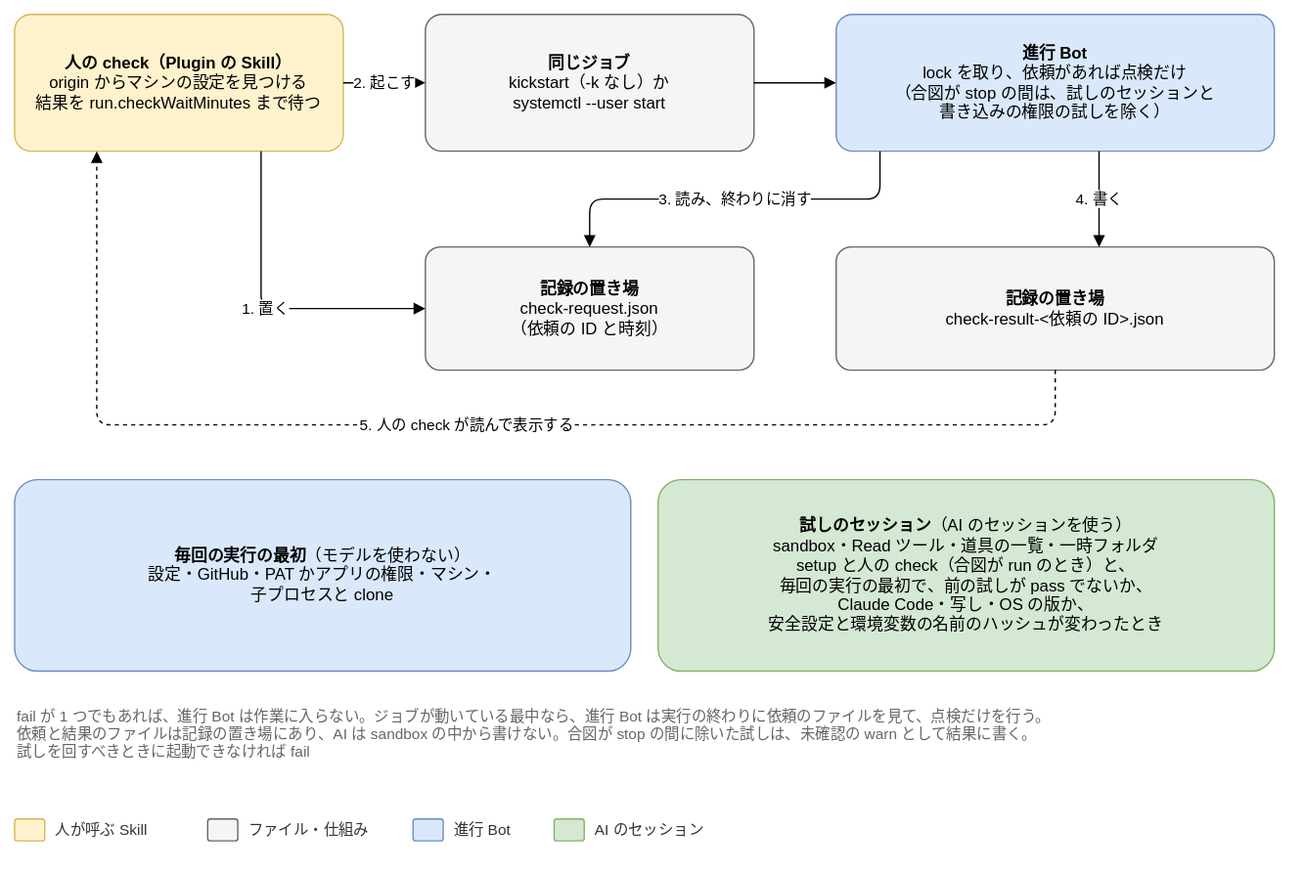
Joymerrevent/dev-autopilot keeps this draw.io diagram as docs/design/basic/diagrams/04-check.drawio.svg. Above is the earlier version. Source tidied: cells renumbered, new cells last; positions are measured from the earlier drawing's top-left corner, leaving out a move shared by most shapes.
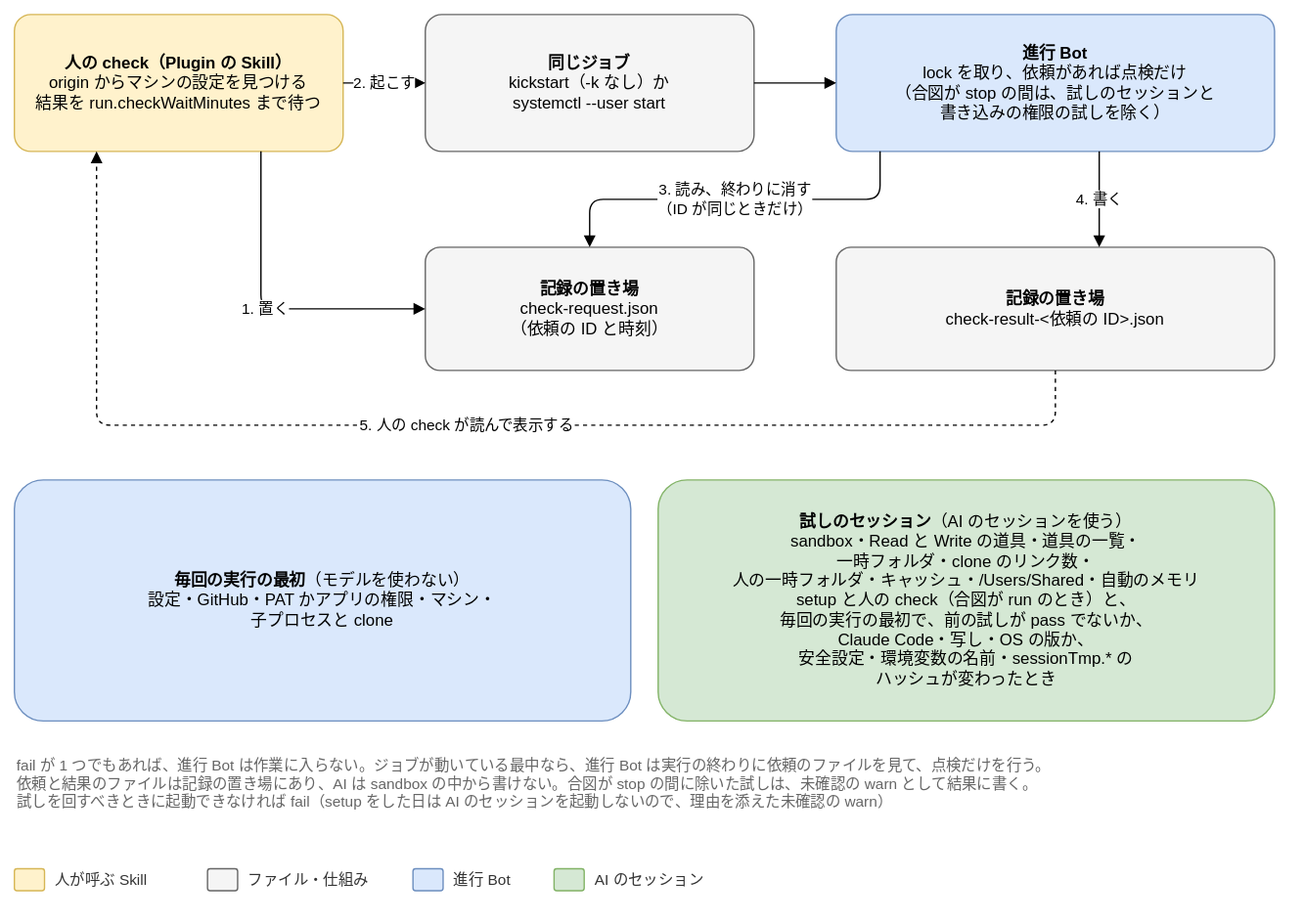
After the change.

What changed in the source:
```diff
@@ -3,19 +3,19 @@
     <mxCell id="0" />
     <mxCell id="1" parent="0" />
     <mxCell id="2" value="&lt;b&gt;人の check（Plugin の Skill）&lt;/b&gt;&lt;br&gt;origin からマシンの設定を見つける&lt;br&gt;結果を run.checkWaitMinutes まで待つ" style="rounded=1;whiteSpace=wrap;html=1;fontSize=12;arcSize=12;spacing=12;fillColor=#fff2cc;strokeColor=#d6b656;" parent="1" vertex="1">
-      <mxGeometry width="240" height="100" as="geometry" />
+      <mxGeometry y="-36" width="240" height="100" as="geometry" />
     </mxCell>
     <mxCell id="3" value="&lt;b&gt;同じジョブ&lt;/b&gt;&lt;br&gt;kickstart（-k なし）か&lt;br&gt;systemctl --user start" style="rounded=1;whiteSpace=wrap;html=1;fontSize=12;arcSize=12;spacing=12;fillColor=#f5f5f5;strokeColor=#666666;" parent="1" vertex="1">
-      <mxGeometry x="300" width="240" height="100" as="geometry" />
+      <mxGeometry x="300" y="-36" width="240" height="100" as="geometry" />
     </mxCell>
     <mxCell id="4" value="&lt;b&gt;進行 Bot&lt;/b&gt;&lt;br&gt;lock を取り、依頼があれば点検だけ&lt;br&gt;（合図が stop の間は、試しのセッションと&lt;br&gt;書き込みの権限の試しを除く）" style="rounded=1;whiteSpace=wrap;html=1;fontSize=12;arcSize=12;spacing=12;fillColor=#dae8fc;strokeColor=#6c8ebf;" parent="1" vertex="1">
-      <mxGeometry x="600" width="320" height="100" as="geometry" />
+      <mxGeometry x="600" y="-36" width="320" height="100" as="geometry" />
     </mxCell>
     <mxCell id="5" value="&lt;b&gt;記録の置き場&lt;/b&gt;&lt;br&gt;check-request.json&lt;br&gt;（依頼の ID と時刻）" style="rounded=1;whiteSpace=wrap;html=1;fontSize=12;arcSize=12;spacing=12;fillColor=#f5f5f5;strokeColor=#666666;" parent="1" vertex="1">
-      <mxGeometry x="300" y="170" width="240" height="90" as="geometry" />
+      <mxGeometry x="300" y="134" width="240" height="90" as="geometry" />
     </mxCell>
     <mxCell id="6" value="&lt;b&gt;記録の置き場&lt;/b&gt;&lt;br&gt;check-result-&amp;lt;依頼の ID&amp;gt;.json" style="rounded=1;whiteSpace=wrap;html=1;fontSize=12;arcSize=12;spacing=12;fillColor=#f5f5f5;strokeColor=#666666;" parent="1" vertex="1">
-      <mxGeometry x="600" y="170" width="320" height="90" as="geometry" />
+      <mxGeometry x="600" y="134" width="320" height="90" as="geometry" />
     </mxCell>
     <mxCell id="7" value="1. 置く" style="edgeStyle=orthogonalEdgeStyle;rounded=1;html=1;endArrow=block;endFill=1;fontSize=11;labelBackgroundColor=#ffffff;exitX=0.75;exitY=1;exitDx=0;exitDy=0;entryX=0;entryY=0.5;entryDx=0;entryDy=0;" parent="1" edge="1" source="2" target="5">
       <mxGeometry relative="1" as="geometry" />
@@ -26,11 +26,11 @@
     <mxCell id="9" style="edgeStyle=orthogonalEdgeStyle;rounded=1;html=1;endArrow=block;endFill=1;fontSize=11;labelBackgroundColor=#ffffff;exitX=1;exitY=0.5;exitDx=0;exitDy=0;entryX=0;entryY=0.5;entryDx=0;entryDy=0;" parent="1" edge="1" source="3" target="4">
       <mxGeometry relative="1" as="geometry" />
     </mxCell>
-    <mxCell id="10" value="3. 読み、終わりに消す" style="edgeStyle=orthogonalEdgeStyle;rounded=1;html=1;endArrow=block;endFill=1;fontSize=11;labelBackgroundColor=#ffffff;exitX=0.1;exitY=1;exitDx=0;exitDy=0;entryX=0.5;entryY=0;entryDx=0;entryDy=0;" parent="1" edge="1" source="4" target="5">
+    <mxCell id="10" value="3. 読み、終わりに消す&lt;br&gt;（ID が同じときだけ）" style="edgeStyle=orthogonalEdgeStyle;rounded=1;html=1;endArrow=block;endFill=1;fontSize=11;labelBackgroundColor=#ffffff;exitX=0.1;exitY=1;exitDx=0;exitDy=0;entryX=0.5;entryY=0;entryDx=0;entryDy=0;" parent="1" edge="1" source="4" target="5">
       <mxGeometry relative="1" as="geometry">
         <Array as="points">
-          <mxPoint x="632" y="135" />
-          <mxPoint x="420" y="135" />
+          <mxPoint x="632" y="99" />
+          <mxPoint x="420" y="99" />
         </Array>
       </mxGeometry>
     </mxCell>
@@ -40,18 +40,18 @@
     <mxCell id="12" value="5. 人の check が読んで表示する" style="edgeStyle=orthogonalEdgeStyle;rounded=1;html=1;endArrow=block;endFill=1;fontSize=11;labelBackgroundColor=#ffffff;dashed=1;exitX=0.5;exitY=1;exitDx=0;exitDy=0;entryX=0.25;entryY=1;entryDx=0;entryDy=0;" parent="1" edge="1" source="6" target="2">
       <mxGeometry relative="1" as="geometry">
         <Array as="points">
-          <mxPoint x="760" y="300" />
-          <mxPoint x="60" y="300" />
+          <mxPoint x="760" y="264" />
+          <mxPoint x="60" y="264" />
         </Array>
       </mxGeometry>
     </mxCell>
     <mxCell id="13" value="&lt;b&gt;毎回の実行の最初&lt;/b&gt;（モデルを使わない）&lt;br&gt;設定・GitHub・PAT かアプリの権限・マシン・&lt;br&gt;子プロセスと clone" style="rounded=1;whiteSpace=wrap;html=1;fontSize=12;arcSize=12;spacing=12;fillColor=#dae8fc;strokeColor=#6c8ebf;" parent="1" vertex="1">
-      <mxGeometry y="340" width="450" height="140" as="geometry" />
+      <mxGeometry y="304" width="450" height="176" as="geometry" />
     </mxCell>
-    <mxCell id="14" value="&lt;b&gt;試しのセッション&lt;/b&gt;（AI のセッションを使う）&lt;br&gt;sandbox・Read ツール・道具の一覧・一時フォルダ&lt;br&gt;setup と人の check（合図が run のとき）と、&lt;br&gt;毎回の実行の最初で、前の試しが pass でないか、&lt;br&gt;Claude Code・写し・OS の版か、&lt;br&gt;安全設定と環境変数の名前のハッシュが変わったとき" style="rounded=1;whiteSpace=wrap;html=1;fontSize=12;arcSize=12;spacing=12;fillColor=#d5e8d4;strokeColor=#82b366;" parent="1" vertex="1">
-      <mxGeometry x="470" y="340" width="450" height="140" as="geometry" />
+    <mxCell id="14" value="&lt;b&gt;試しのセッション&lt;/b&gt;（AI のセッションを使う）&lt;br&gt;sandbox・Read と Write の道具・道具の一覧・&lt;br&gt;一時フォルダ・clone のリンク数・&lt;br&gt;人の一時フォルダ・キャッシュ・/Users/Shared・自動のメモリ&lt;br&gt;setup と人の check（合図が run のとき）と、&lt;br&gt;毎回の実行の最初で、前の試しが pass でないか、&lt;br&gt;Claude Code・写し・OS の版か、&lt;br&gt;安全設定・環境変数の名前・sessionTmp.* の&lt;br&gt;ハッシュが変わったとき" style="rounded=1;whiteSpace=wrap;html=1;fontSize=12;arcSize=12;spacing=12;fillColor=#d5e8d4;strokeColor=#82b366;" parent="1" vertex="1">
+      <mxGeometry x="470" y="304" width="450" height="176" as="geometry" />
     </mxCell>
-    <mxCell id="15" value="fail が 1 つでもあれば、進行 Bot は作業に入らない。ジョブが動いている最中なら、進行 Bot は実行の終わりに依頼のファイルを見て、点検だけを行う。&lt;br&gt;依頼と結果のファイルは記録の置き場にあり、AI は sandbox の中から書けない。合図が stop の間に除いた試しは、未確認の warn として結果に書く。&lt;br&gt;試しを回すべきときに起動できなければ fail" style="text;html=1;whiteSpace=wrap;align=left;verticalAlign=top;fontSize=11;fontColor=#666666;" parent="1" vertex="1">
+    <mxCell id="15" value="fail が 1 つでもあれば、進行 Bot は作業に入らない。ジョブが動いている最中なら、進行 Bot は実行の終わりに依頼のファイルを見て、点検だけを行う。&lt;br&gt;依頼と結果のファイルは記録の置き場にあり、AI は sandbox の中から書けない。合図が stop の間に除いた試しは、未確認の warn として結果に書く。&lt;br&gt;試しを回すべきときに起動できなければ fail（setup をした日は AI のセッションを起動しないので、理由を添えた未確認の warn）" style="text;html=1;whiteSpace=wrap;align=left;verticalAlign=top;fontSize=11;fontColor=#666666;" parent="1" vertex="1">
       <mxGeometry y="500" width="920" height="70" as="geometry" />
     </mxCell>
     <mxCell id="16" style="rounded=1;whiteSpace=wrap;html=1;fontSize=12;arcSize=12;spacing=12;fillColor=#fff2cc;strokeColor=#d6b656;" parent="1" vertex="1">
```
